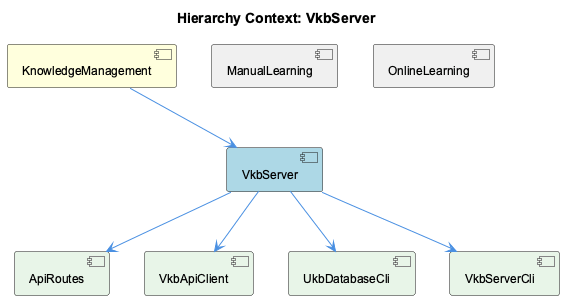
fwornle/coding keeps this PlantUML diagram as knowledge-management/insights/images/vkb-server-relationship.png. Above is the earlier version. Its diagram source:
```plantuml
@startuml
!include _standard-style.puml

title Hierarchy Context: VkbServer

[KnowledgeManagement] as knowledge_management #FFFFDD
[VkbServer] as vkb_server #LightBlue
[ManualLearning] as manual_learning #F0F0F0
[OnlineLearning] as online_learning #F0F0F0
[ApiRoutes] as api_routes #E8F5E8
[VkbApiClient] as vkb_api_client #E8F5E8
[UkbDatabaseCli] as ukb_database_cli #E8F5E8
[VkbServerCli] as vkb_server_cli #E8F5E8

knowledge_management --> vkb_server
manual_learning -[hidden]- vkb_server
online_learning -[hidden]- vkb_server
vkb_server --> api_routes
vkb_server --> vkb_api_client
vkb_server --> ukb_database_cli
vkb_server --> vkb_server_cli

@enduml
```
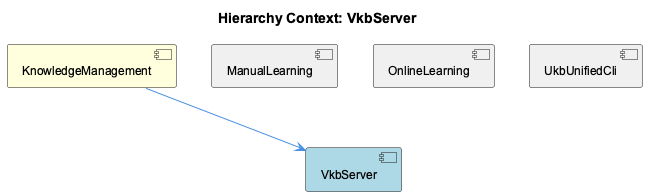
Later version of the same file.

Diff of the diagram source:
```diff
@@ -7,17 +7,11 @@
 [VkbServer] as vkb_server #LightBlue
 [ManualLearning] as manual_learning #F0F0F0
 [OnlineLearning] as online_learning #F0F0F0
-[ApiRoutes] as api_routes #E8F5E8
-[VkbApiClient] as vkb_api_client #E8F5E8
-[UkbDatabaseCli] as ukb_database_cli #E8F5E8
-[VkbServerCli] as vkb_server_cli #E8F5E8
+[UkbUnifiedCli] as ukb_unified_cli #F0F0F0
 
 knowledge_management --> vkb_server
 manual_learning -[hidden]- vkb_server
 online_learning -[hidden]- vkb_server
-vkb_server --> api_routes
-vkb_server --> vkb_api_client
-vkb_server --> ukb_database_cli
-vkb_server --> vkb_server_cli
+ukb_unified_cli -[hidden]- vkb_server
 
 @enduml
```
